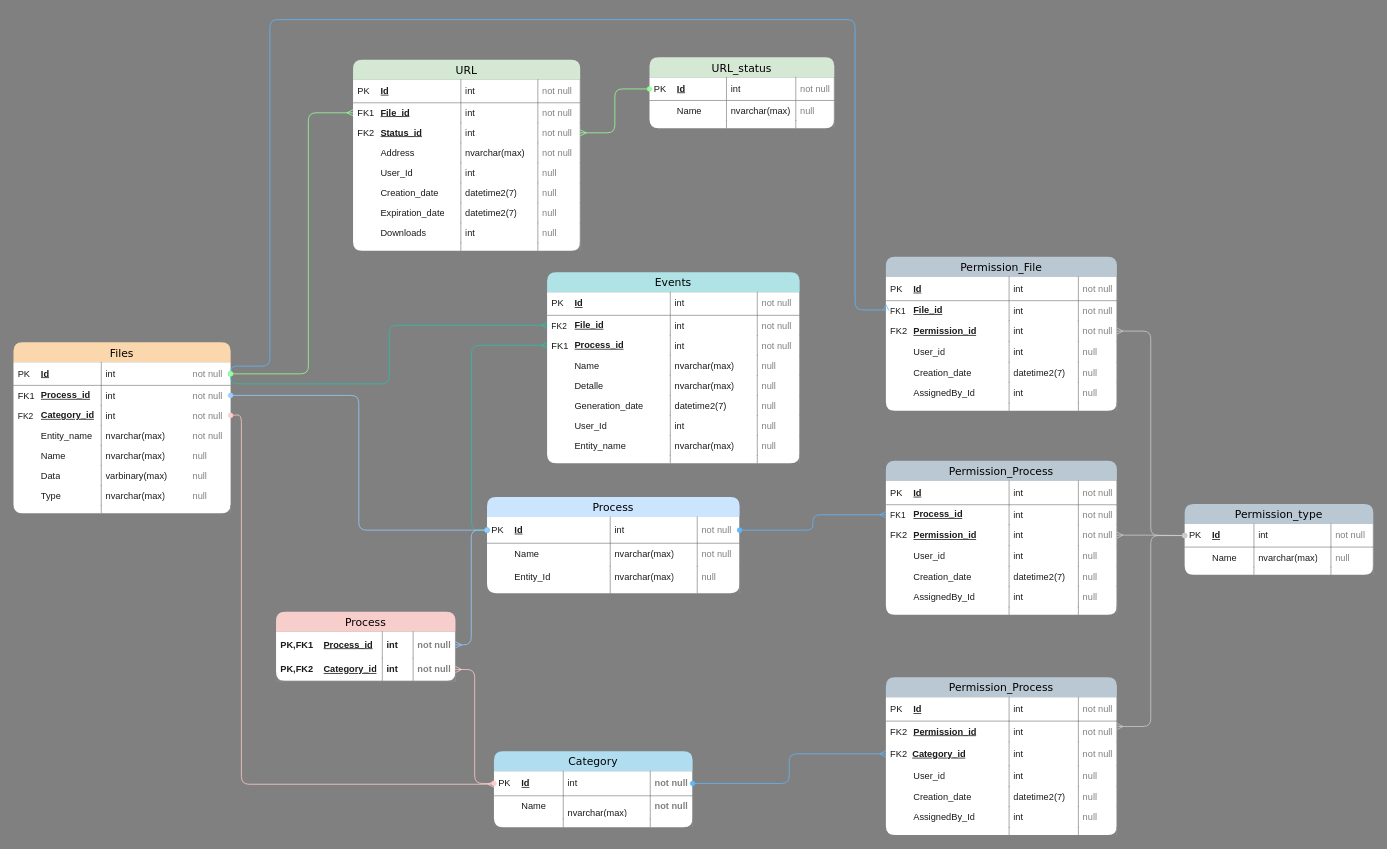
This is ArchivosER.drawio from jnunez1-tenco/Files, a draw.io file, before an edit. Source tidied: cells renumbered, new cells numbered last; positions are measured from the earlier drawing's top-left corner, leaving out a move shared by most shapes. Both pictures are drawn from the tidied source at 77%, with x=0, y=0 at pixel (13, 19).
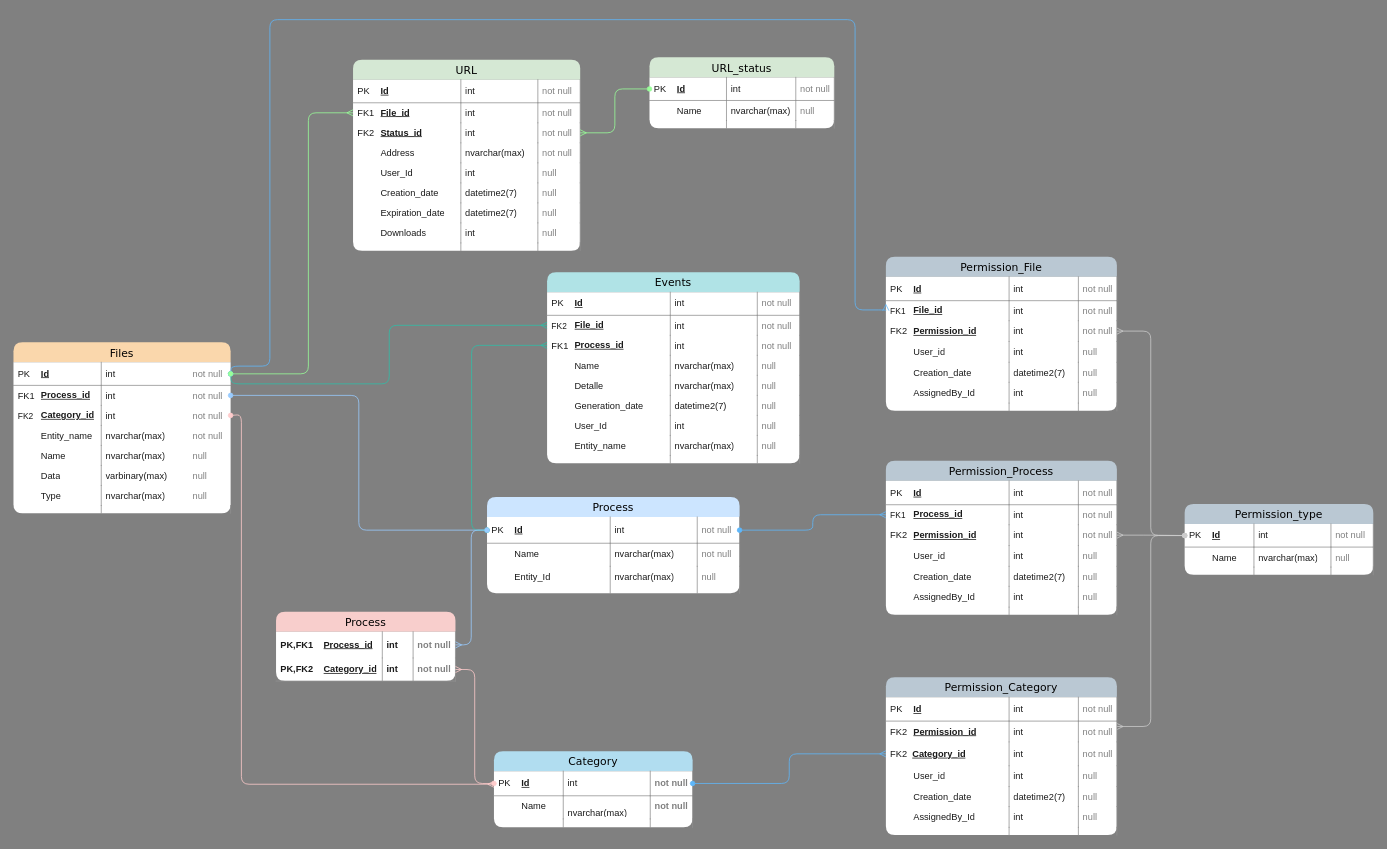
The same page after the edit.

What changed in the source:
```diff
@@
-    <mxCell id="242" value="Permission_Process" style="shape=table;startSize=26;childLayout=tableLayout;fontSize=14;fontFamily=Verdana;fillColor=#bac8d3;strokeColor=#23445d;fontStyle=0;swimlaneFillColor=#ffffff;shadow=0;comic=0;labelBackgroundColor=none;strokeWidth=1;rounded=1;columnLines=0;rowLines=0;swimlaneLine=0;sketch=0;resizeLastRow=0;swimlaneHead=0;swimlaneBody=0;top=1;bottom=1;left=1;right=1;" parent="1" vertex="1">
+    <mxCell id="242" value="Permission_Category" style="shape=table;startSize=26;childLayout=tableLayout;fontSize=14;fontFamily=Verdana;fillColor=#bac8d3;strokeColor=#23445d;fontStyle=0;swimlaneFillColor=#ffffff;shadow=0;comic=0;labelBackgroundColor=none;strokeWidth=1;rounded=1;columnLines=0;rowLines=0;swimlaneLine=0;sketch=0;resizeLastRow=0;swimlaneHead=0;swimlaneBody=0;top=1;bottom=1;left=1;right=1;" parent="1" vertex="1">
       <mxGeometry x="1133" y="854" width="300" height="205" as="geometry" />
     </mxCell>
```
